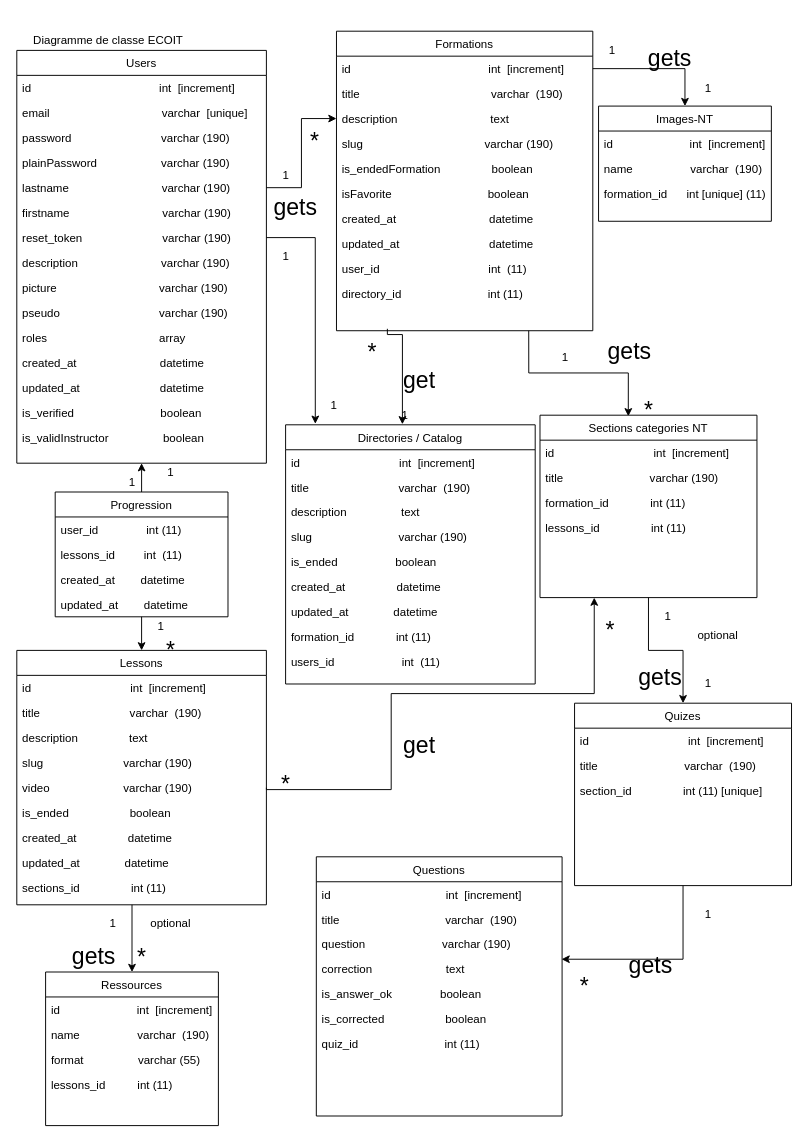
Before: ECO IT/diag_de_classe_ecoit.drawio in cyrisa02/diagrammes-UML, a draw.io diagram. Source tidied: cells renumbered, new cells numbered last; positions are measured from the earlier drawing's top-left corner, leaving out a move shared by most shapes. Both pictures are drawn from the tidied source at 96%, with x=0, y=0 at pixel (16, 16).
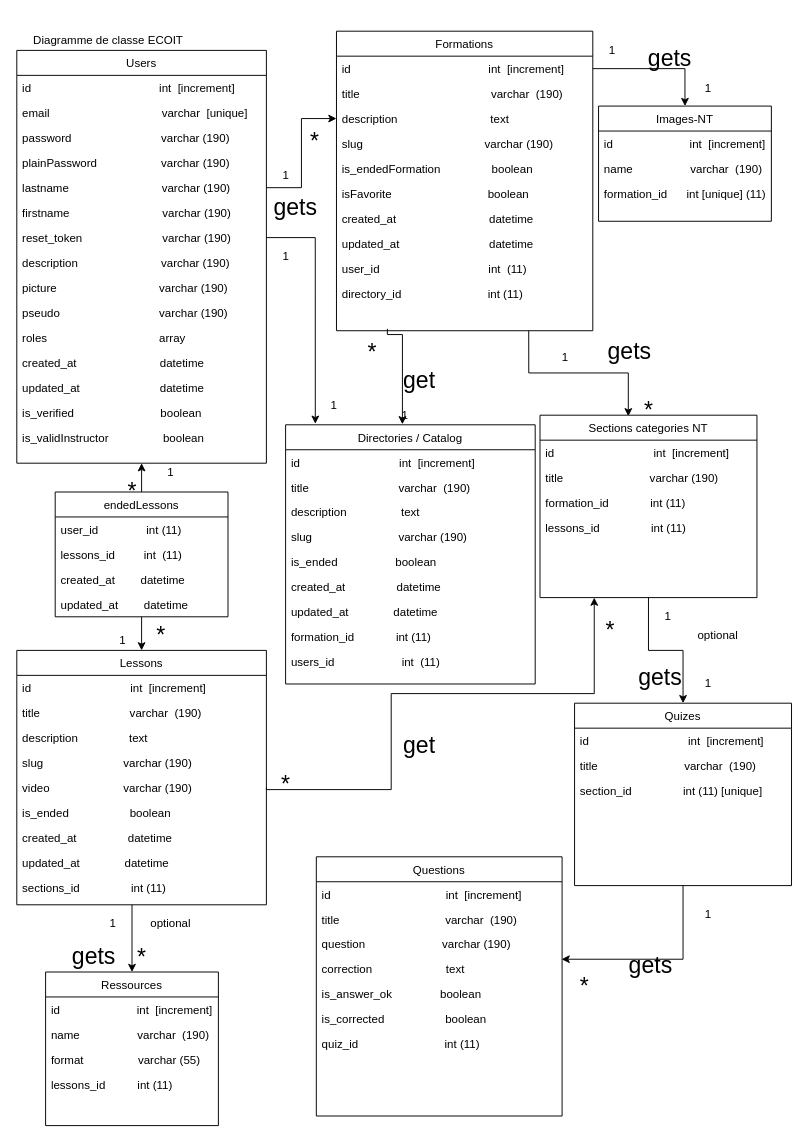
After the change.

Change to the diagram source:
```diff
@@
-    <mxCell id="115" value="Progression" style="swimlane;fontStyle=0;align=center;verticalAlign=top;horizontal=1;startSize=26;rounded=0;shadow=0;strokeWidth=1;" parent="1" vertex="1">
+    <mxCell id="115" value="endedLessons" style="swimlane;fontStyle=0;align=center;verticalAlign=top;horizontal=1;startSize=26;rounded=0;shadow=0;strokeWidth=1;" parent="1" vertex="1">
       <mxGeometry x="40" y="495" width="180" height="130" as="geometry" />
     </mxCell>
@@
-    <mxCell id="121" value="1" style="text;html=1;align=center;verticalAlign=middle;fillColor=none;strokeColor=none;rounded=0;" parent="1" vertex="1">
-      <mxGeometry x="110" y="475" width="20" height="20" as="geometry" />
+    <mxCell id="121" value="&lt;font style=&quot;font-size: 24px;&quot;&gt;*&lt;/font&gt;" style="text;html=1;align=center;verticalAlign=middle;fillColor=none;strokeColor=none;rounded=0;" parent="1" vertex="1">
+      <mxGeometry x="110" y="485" width="20" height="20" as="geometry" />
     </mxCell>
     <mxCell id="122" value="1" style="text;html=1;align=center;verticalAlign=middle;fillColor=none;strokeColor=none;rounded=0;" parent="1" vertex="1">
-      <mxGeometry x="140" y="625" width="20" height="20" as="geometry" />
+      <mxGeometry x="100" y="640" width="20" height="20" as="geometry" />
     </mxCell>
     <mxCell id="123" value="*" style="text;html=1;align=center;verticalAlign=middle;fillColor=none;strokeColor=none;rounded=0;fontSize=24;" parent="1" vertex="1">
-      <mxGeometry x="150" y="645" width="20" height="30" as="geometry" />
+      <mxGeometry x="140" y="630" width="20" height="30" as="geometry" />
     </mxCell>
```
